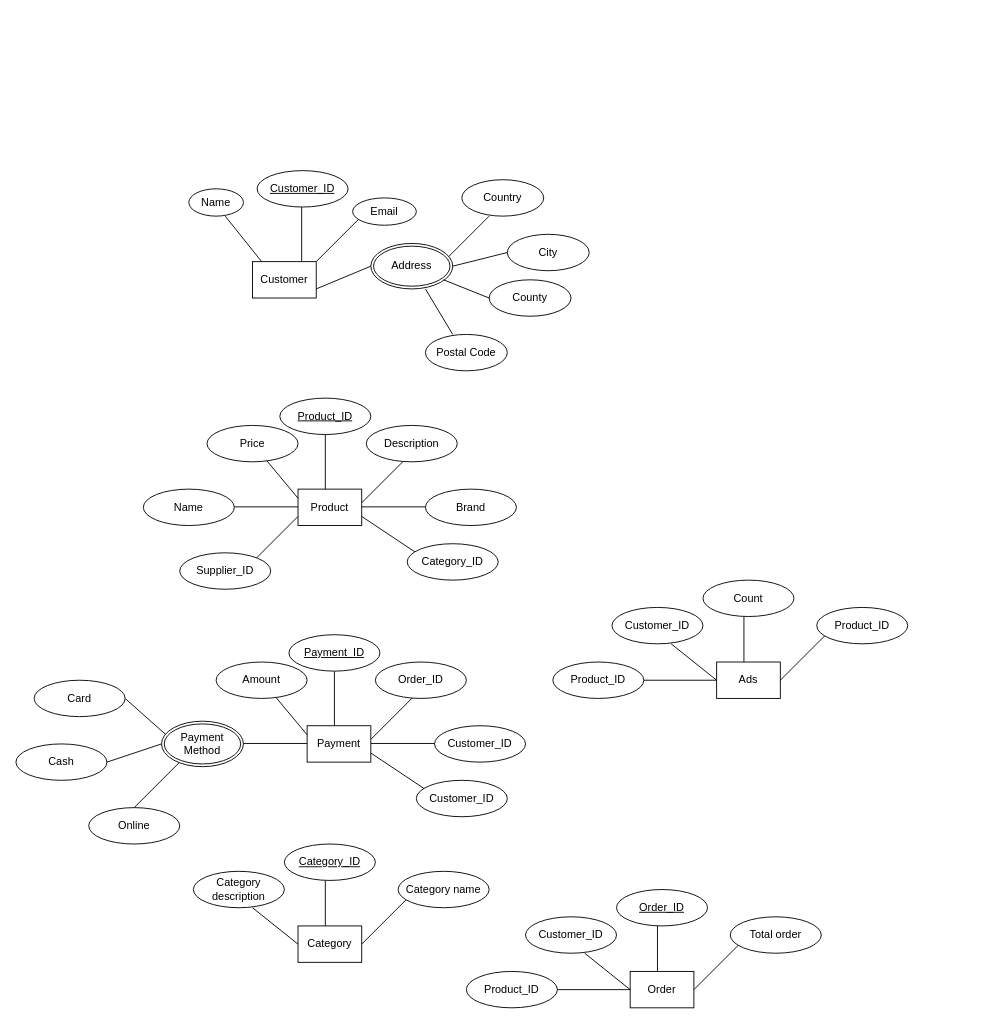
diego-karsa/Data-Management-Group-15 keeps this draw.io diagram as E_R_Diagram/Shalvi_ER.drawio. Above is the earlier version. Source tidied: cells renumbered, new cells numbered last; positions are measured from the earlier drawing's top-left corner, leaving out a move shared by most shapes. Both pictures are drawn from the tidied source at 91%, with x=0, y=0 at pixel (15, 170).
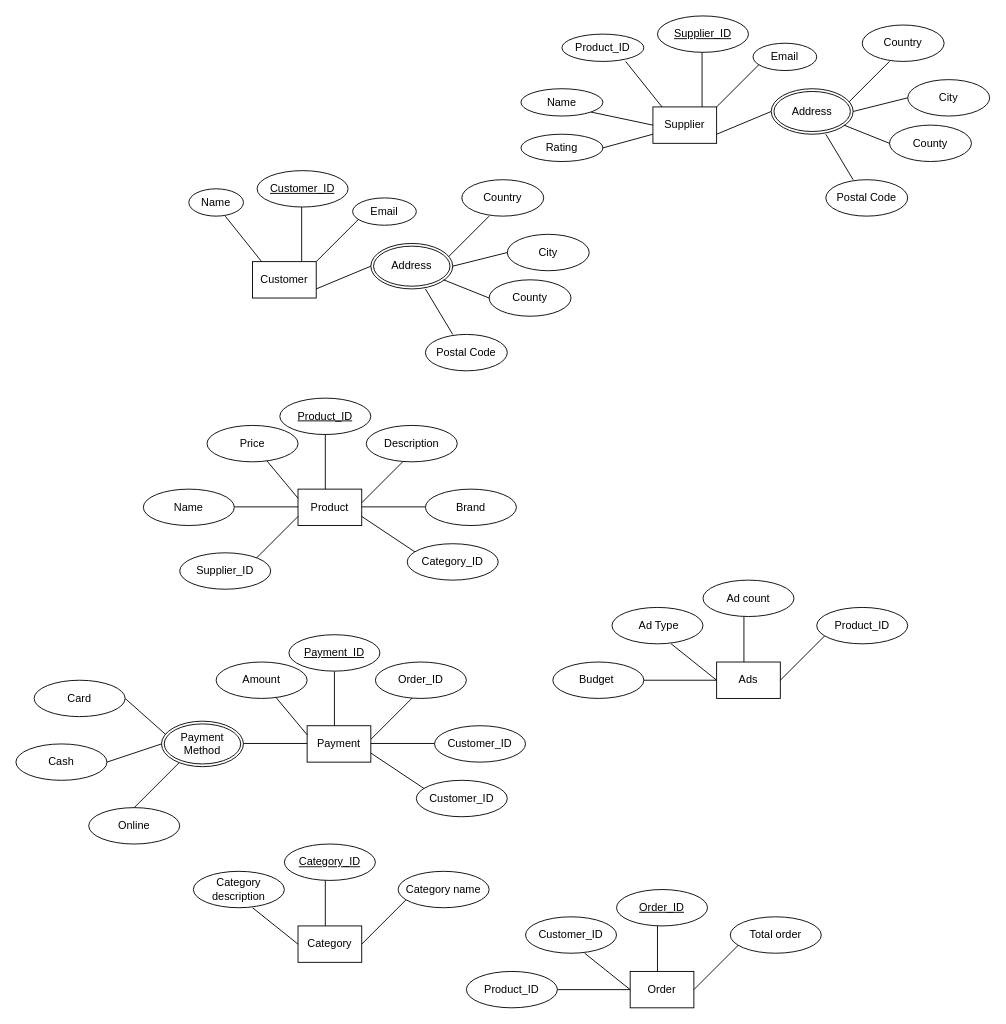
The same page after the edit.

The edit, as a diff of the source:
```diff
@@
-    <mxCell id="73" value="Customer_ID" style="ellipse;whiteSpace=wrap;html=1;" parent="1" vertex="1">
+    <mxCell id="73" value="&amp;nbsp;Ad Type" style="ellipse;whiteSpace=wrap;html=1;" parent="1" vertex="1">
       <mxGeometry x="655" y="480" width="100" height="40" as="geometry" />
     </mxCell>
@@
-    <mxCell id="75" value="Count" style="ellipse;whiteSpace=wrap;html=1;" parent="1" vertex="1">
+    <mxCell id="75" value="Ad count" style="ellipse;whiteSpace=wrap;html=1;" parent="1" vertex="1">
       <mxGeometry x="755" y="450" width="100" height="40" as="geometry" />
     </mxCell>
@@
-    <mxCell id="77" value="Product_ID" style="ellipse;whiteSpace=wrap;html=1;" parent="1" vertex="1">
+    <mxCell id="77" value="Budget&amp;nbsp;" style="ellipse;whiteSpace=wrap;html=1;" parent="1" vertex="1">
       <mxGeometry x="590" y="540" width="100" height="40" as="geometry" />
     </mxCell>
+    <mxCell id="78" value="Supplier" style="rounded=0;whiteSpace=wrap;html=1;" parent="1" vertex="1">
+      <mxGeometry x="700" y="-70" width="70" height="40" as="geometry" />
+    </mxCell>
+    <mxCell id="79" style="endArrow=none;html=1;" parent="1" edge="1">
+      <mxGeometry relative="1" as="geometry">
+        <mxPoint x="754" y="-70" as="sourcePoint" />
+        <mxPoint x="754" y="-130" as="targetPoint" />
+      </mxGeometry>
+    </mxCell>
+    <mxCell id="80" value="&lt;u&gt;Supplier_ID&lt;/u&gt;" style="ellipse;whiteSpace=wrap;html=1;" parent="1" vertex="1">
+      <mxGeometry x="705" y="-170" width="100" height="40" as="geometry" />
+    </mxCell>
+    <mxCell id="81" style="endArrow=none;html=1;" parent="1" edge="1">
+      <mxGeometry relative="1" as="geometry">
+        <mxPoint x="670" y="-120" as="sourcePoint" />
+        <mxPoint x="710" y="-70" as="targetPoint" />
+      </mxGeometry>
+    </mxCell>
+    <mxCell id="82" value="Product_ID" style="ellipse;whiteSpace=wrap;html=1;" parent="1" vertex="1">
+      <mxGeometry x="600" y="-150" width="90" height="30" as="geometry" />
+    </mxCell>
+    <mxCell id="83" style="endArrow=none;html=1;" parent="1" edge="1">
+      <mxGeometry relative="1" as="geometry">
+        <mxPoint x="770" y="-70" as="sourcePoint" />
+        <mxPoint x="820" y="-120" as="targetPoint" />
+      </mxGeometry>
+    </mxCell>
+    <mxCell id="84" style="endArrow=none;html=1;entryX=0;entryY=0.5;entryDx=0;entryDy=0;" parent="1" edge="1" target="87">
+      <mxGeometry relative="1" as="geometry">
+        <mxPoint x="770" y="-40" as="sourcePoint" />
+      </mxGeometry>
+    </mxCell>
+    <mxCell id="85" value="Email" style="ellipse;whiteSpace=wrap;html=1;" parent="1" vertex="1">
+      <mxGeometry x="810" y="-140" width="70" height="30" as="geometry" />
+    </mxCell>
+    <mxCell id="86" style="endArrow=none;html=1;" parent="1" edge="1">
+      <mxGeometry relative="1" as="geometry">
+        <mxPoint x="910" y="-70" as="sourcePoint" />
+        <mxPoint x="960" y="-120" as="targetPoint" />
+      </mxGeometry>
+    </mxCell>
+    <mxCell id="87" value="&lt;span style=&quot;color: rgb(0, 0, 0); font-family: Helvetica; font-size: 12px; font-style: normal; font-variant-ligatures: normal; font-variant-caps: normal; font-weight: 400; letter-spacing: normal; orphans: 2; text-align: center; text-indent: 0px; text-transform: none; widows: 2; word-spacing: 0px; -webkit-text-stroke-width: 0px; background-color: rgb(251, 251, 251); text-decoration-thickness: initial; text-decoration-style: initial; text-decoration-color: initial; float: none; display: inline !important;&quot;&gt;Address&lt;/span&gt;" style="ellipse;shape=doubleEllipse;margin=3;whiteSpace=wrap;html=1;align=center;" parent="1" vertex="1">
+      <mxGeometry x="830" y="-90" width="90" height="50" as="geometry" />
+    </mxCell>
+    <mxCell id="88" value="City" style="ellipse;whiteSpace=wrap;html=1;shadow=0;sketch=0;" parent="1" vertex="1">
+      <mxGeometry x="980" y="-100" width="90" height="40" as="geometry" />
+    </mxCell>
+    <mxCell id="89" value="Country" style="ellipse;whiteSpace=wrap;html=1;shadow=0;sketch=0;" parent="1" vertex="1">
+      <mxGeometry x="930" y="-160" width="90" height="40" as="geometry" />
+    </mxCell>
+    <mxCell id="90" value="County" style="ellipse;whiteSpace=wrap;html=1;shadow=0;sketch=0;" parent="1" vertex="1">
+      <mxGeometry x="960" y="-50" width="90" height="40" as="geometry" />
+    </mxCell>
+    <mxCell id="91" style="endArrow=none;html=1;exitX=1;exitY=0.5;exitDx=0;exitDy=0;" parent="1" edge="1" source="87">
+      <mxGeometry relative="1" as="geometry">
+        <mxPoint x="980" y="-80" as="targetPoint" />
+      </mxGeometry>
+    </mxCell>
+    <mxCell id="92" style="endArrow=none;html=1;" parent="1" edge="1">
+      <mxGeometry relative="1" as="geometry">
+        <mxPoint x="910" y="-50" as="sourcePoint" />
+        <mxPoint x="960" y="-30" as="targetPoint" />
+      </mxGeometry>
+    </mxCell>
+    <mxCell id="93" style="endArrow=none;html=1;" parent="1" edge="1">
+      <mxGeometry relative="1" as="geometry">
+        <mxPoint x="920" y="10" as="sourcePoint" />
+        <mxPoint x="890" y="-40" as="targetPoint" />
+      </mxGeometry>
+    </mxCell>
+    <mxCell id="94" value="Postal Code" style="ellipse;whiteSpace=wrap;html=1;shadow=0;sketch=0;" parent="1" vertex="1">
+      <mxGeometry x="890" y="10" width="90" height="40" as="geometry" />
+    </mxCell>
+    <mxCell id="95" style="endArrow=none;html=1;entryX=0;entryY=0.5;entryDx=0;entryDy=0;exitX=1;exitY=1;exitDx=0;exitDy=0;" parent="1" edge="1" source="96" target="78">
+      <mxGeometry relative="1" as="geometry" />
+    </mxCell>
+    <mxCell id="96" value="Name" style="ellipse;whiteSpace=wrap;html=1;" parent="1" vertex="1">
+      <mxGeometry x="555" y="-90" width="90" height="30" as="geometry" />
+    </mxCell>
+    <mxCell id="97" style="endArrow=none;html=1;entryX=0;entryY=0.75;entryDx=0;entryDy=0;exitX=1;exitY=0.5;exitDx=0;exitDy=0;" parent="1" edge="1" source="98" target="78">
+      <mxGeometry relative="1" as="geometry" />
+    </mxCell>
+    <mxCell id="98" value="Rating" style="ellipse;whiteSpace=wrap;html=1;" parent="1" vertex="1">
+      <mxGeometry x="555" y="-40" width="90" height="30" as="geometry" />
+    </mxCell>
```
